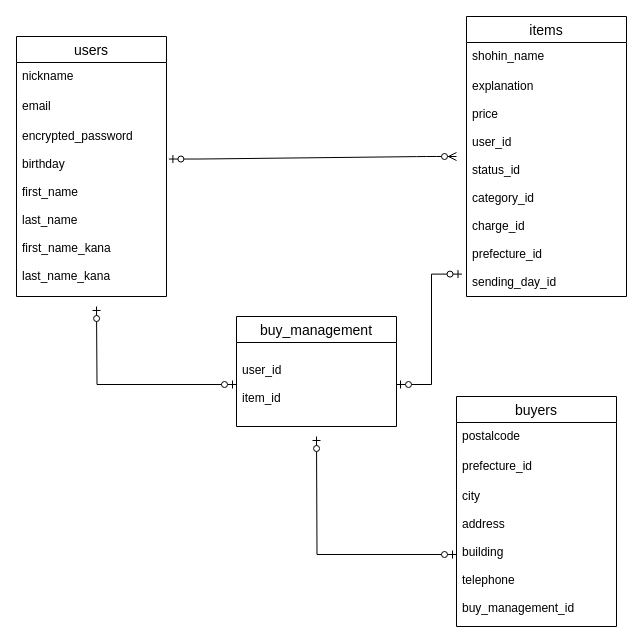
Earlier version of the draw.io diagram furima.dio (shota-nakamoto/furima-36234). Source tidied: cells renumbered, new cells numbered last; positions are measured from the earlier drawing's top-left corner, leaving out a move shared by most shapes. Both pictures are drawn from the tidied source at 100%, with x=0, y=0 at pixel (16, 16).
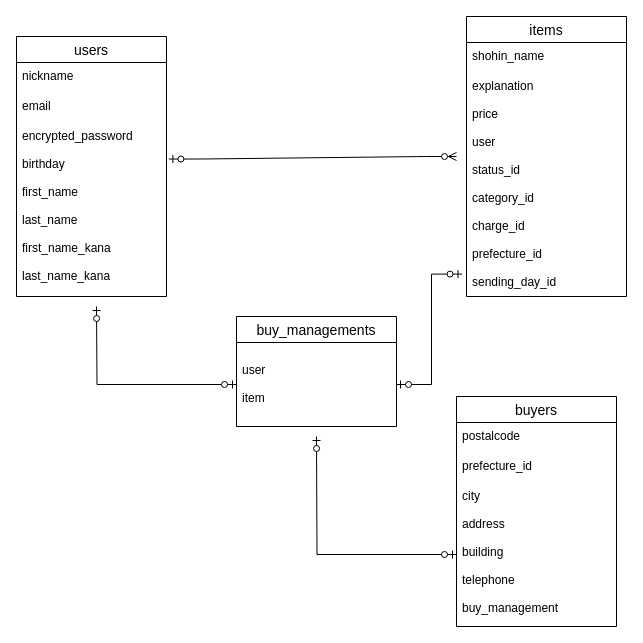
The same page after the edit.

The change refers to these unchanged cells:
```xml
<mxCell id="6" value="items" style="swimlane;fontStyle=0;horizontal=1;startSize=26;align=center;fontSize=14;" parent="1" vertex="1">
  <mxGeometry x="450" width="160" height="280" as="geometry" />
</mxCell>
<mxCell id="9" value="buyers" style="swimlane;fontStyle=0;horizontal=1;startSize=26;align=center;fontSize=14;" parent="1" vertex="1">
  <mxGeometry x="440" y="380" width="160" height="230" as="geometry" />
</mxCell>
```

The edit, as a diff of the source:
```diff
@@
-    <mxCell id="8" value="explanation&#10;&#10;price&#10;&#10;user_id&#10;&#10;status_id&#10;&#10;category_id&#10;&#10;charge_id&#10;&#10;prefecture_id&#10;&#10;sending_day_id&#10;" style="text;strokeColor=none;fillColor=none;spacingLeft=4;spacingRight=4;overflow=hidden;points=[[0,0.5],[1,0.5]];portConstraint=eastwest;fontSize=12;" parent="6" vertex="1">
+    <mxCell id="8" value="explanation&#10;&#10;price&#10;&#10;user&#10;&#10;status_id&#10;&#10;category_id&#10;&#10;charge_id&#10;&#10;prefecture_id&#10;&#10;sending_day_id&#10;" style="text;strokeColor=none;fillColor=none;spacingLeft=4;spacingRight=4;overflow=hidden;points=[[0,0.5],[1,0.5]];portConstraint=eastwest;fontSize=12;" parent="6" vertex="1">
       <mxGeometry y="56" width="160" height="224" as="geometry" />
     </mxCell>
@@
-    <mxCell id="12" value="city&#10;&#10;address&#10;&#10;building&#10;&#10;telephone&#10;&#10;buy_management_id" style="text;strokeColor=none;fillColor=none;spacingLeft=4;spacingRight=4;overflow=hidden;points=[[0,0.5],[1,0.5]];portConstraint=eastwest;fontSize=12;" parent="9" vertex="1">
+    <mxCell id="12" value="city&#10;&#10;address&#10;&#10;building&#10;&#10;telephone&#10;&#10;buy_management" style="text;strokeColor=none;fillColor=none;spacingLeft=4;spacingRight=4;overflow=hidden;points=[[0,0.5],[1,0.5]];portConstraint=eastwest;fontSize=12;" parent="9" vertex="1">
       <mxGeometry y="86" width="160" height="144" as="geometry" />
     </mxCell>
-    <mxCell id="13" value="buy_management" style="swimlane;fontStyle=0;horizontal=1;startSize=26;align=center;fontSize=14;" parent="1" vertex="1">
+    <mxCell id="13" value="buy_managements" style="swimlane;fontStyle=0;horizontal=1;startSize=26;align=center;fontSize=14;" parent="1" vertex="1">
       <mxGeometry x="220" y="300" width="160" height="110" as="geometry" />
     </mxCell>
-    <mxCell id="14" value="&#10;user_id&#10;&#10;item_id" style="text;strokeColor=none;fillColor=none;spacingLeft=4;spacingRight=4;overflow=hidden;points=[[0,0.5],[1,0.5]];portConstraint=eastwest;fontSize=12;" parent="13" vertex="1">
+    <mxCell id="14" value="&#10;user&#10;&#10;item" style="text;strokeColor=none;fillColor=none;spacingLeft=4;spacingRight=4;overflow=hidden;points=[[0,0.5],[1,0.5]];portConstraint=eastwest;fontSize=12;" parent="13" vertex="1">
       <mxGeometry y="26" width="160" height="84" as="geometry" />
     </mxCell>
```
